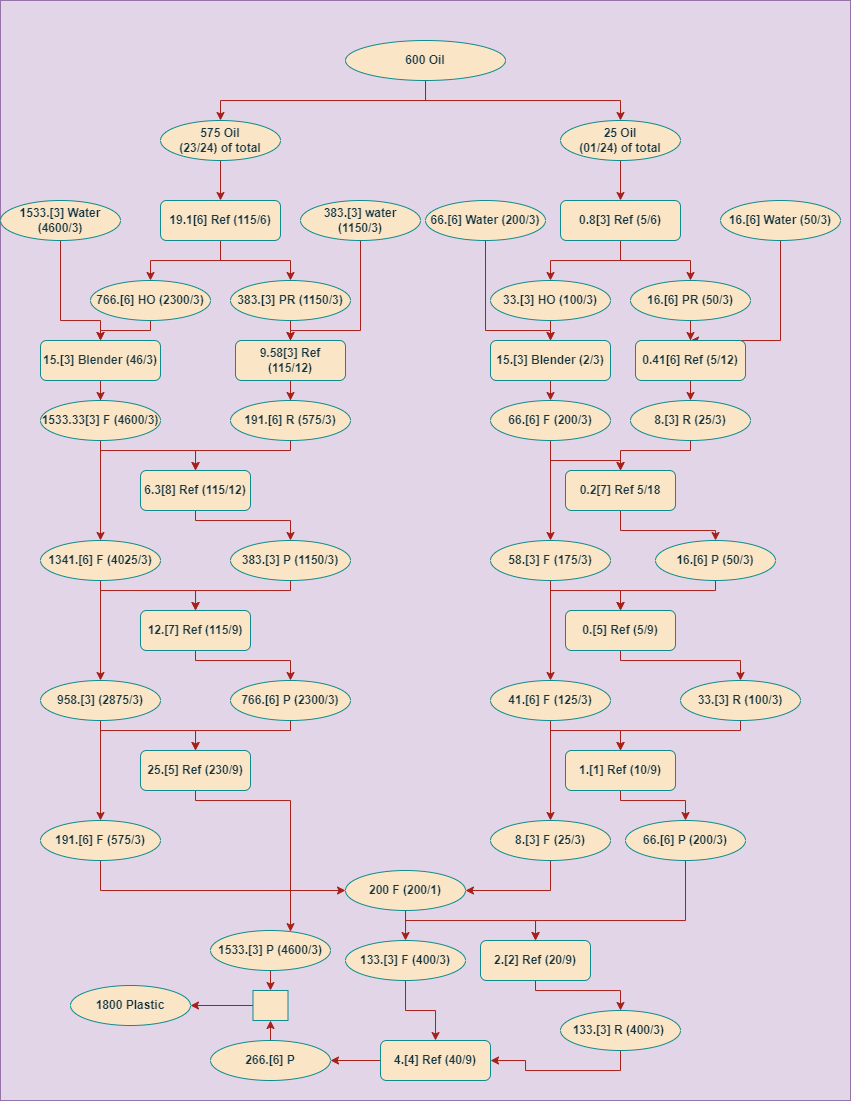
Above: 600OilTo1800Plastic.drawio.png in nlarsen31/Factories (draw.io), before the change. Source tidied: cells renumbered, new cells last; positions are measured from the earlier drawing's top-left corner, leaving out a move shared by most shapes.
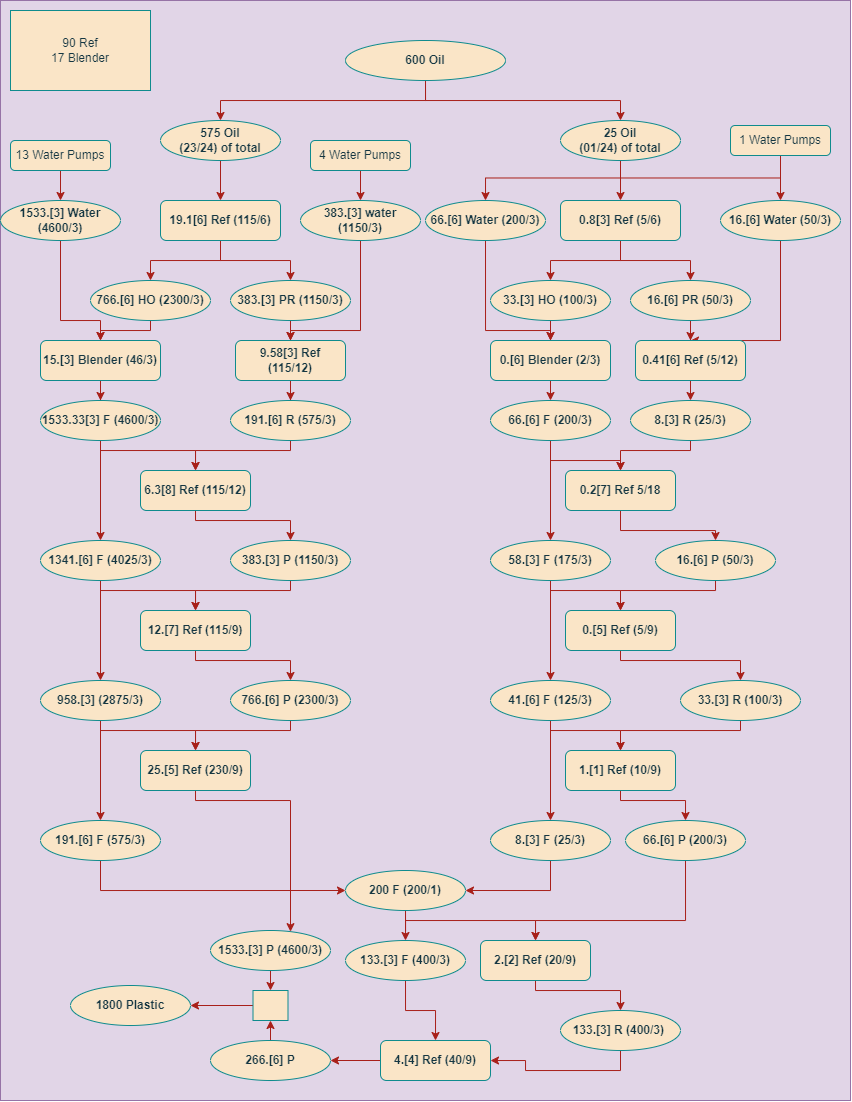
After the change.

What changed in the source:
```diff
@@ -110,7 +110,7 @@
     <mxCell id="32" style="edgeStyle=orthogonalEdgeStyle;rounded=0;jettySize=auto;html=1;exitX=0.5;exitY=1;exitDx=0;exitDy=0;entryX=0.5;entryY=0;entryDx=0;entryDy=0;strokeColor=#A8201A;fontColor=#143642;fillColor=#FAE5C7;fontStyle=1;" parent="1" edge="1" source="33" target="47">
       <mxGeometry relative="1" as="geometry" />
     </mxCell>
-    <mxCell id="33" value="15.[3] Blender (2/3)" style="rounded=1;whiteSpace=wrap;html=1;strokeColor=#0F8B8D;fontColor=#143642;fillColor=#FAE5C7;fontStyle=1;" parent="1" vertex="1">
+    <mxCell id="33" value="0.[6] Blender (2/3)" style="rounded=1;whiteSpace=wrap;html=1;strokeColor=#0F8B8D;fontColor=#143642;fillColor=#FAE5C7;fontStyle=1;" parent="1" vertex="1">
       <mxGeometry x="490" y="340" width="120" height="40" as="geometry" />
     </mxCell>
     <mxCell id="34" style="edgeStyle=orthogonalEdgeStyle;rounded=0;jettySize=auto;html=1;exitX=0.5;exitY=1;exitDx=0;exitDy=0;entryX=0.5;entryY=0;entryDx=0;entryDy=0;strokeColor=#A8201A;fontColor=#143642;fillColor=#FAE5C7;fontStyle=1;" parent="1" edge="1" source="35" target="33">
@@ -439,5 +439,29 @@
     <mxCell id="105" value="1800 Plastic" style="ellipse;whiteSpace=wrap;html=1;strokeColor=#0F8B8D;fontColor=#143642;fillColor=#FAE5C7;fontStyle=1;" parent="1" vertex="1">
       <mxGeometry x="70" y="985" width="120" height="40" as="geometry" />
     </mxCell>
+    <mxCell id="106" value="90 Ref&lt;br&gt;17 Blender" style="rounded=0;whiteSpace=wrap;html=1;strokeColor=#0F8B8D;fontColor=#143642;fillColor=#FAE5C7;" parent="1" vertex="1">
+      <mxGeometry x="10" y="10" width="140" height="80" as="geometry" />
+    </mxCell>
+    <mxCell id="107" style="edgeStyle=orthogonalEdgeStyle;rounded=0;jettySize=auto;html=1;exitX=0.5;exitY=1;exitDx=0;exitDy=0;strokeColor=#A8201A;fontColor=#143642;fillColor=#FAE5C7;" parent="1" edge="1" source="108" target="27">
+      <mxGeometry relative="1" as="geometry" />
+    </mxCell>
+    <mxCell id="108" value="13 Water Pumps" style="rounded=1;whiteSpace=wrap;html=1;strokeColor=#0F8B8D;fontColor=#143642;fillColor=#FAE5C7;" parent="1" vertex="1">
+      <mxGeometry x="10" y="140" width="100" height="30" as="geometry" />
+    </mxCell>
+    <mxCell id="109" style="edgeStyle=orthogonalEdgeStyle;rounded=0;jettySize=auto;html=1;exitX=0.5;exitY=1;exitDx=0;exitDy=0;strokeColor=#A8201A;fontColor=#143642;fillColor=#FAE5C7;" parent="1" edge="1" source="110" target="31">
+      <mxGeometry relative="1" as="geometry" />
+    </mxCell>
+    <mxCell id="110" value="4 Water Pumps" style="rounded=1;whiteSpace=wrap;html=1;strokeColor=#0F8B8D;fontColor=#143642;fillColor=#FAE5C7;" parent="1" vertex="1">
+      <mxGeometry x="310" y="140" width="100" height="30" as="geometry" />
+    </mxCell>
+    <mxCell id="111" style="edgeStyle=orthogonalEdgeStyle;rounded=0;jettySize=auto;html=1;exitX=0.5;exitY=1;exitDx=0;exitDy=0;strokeColor=#A8201A;fontColor=#143642;fillColor=#FAE5C7;" parent="1" edge="1" source="113" target="35">
+      <mxGeometry relative="1" as="geometry" />
+    </mxCell>
+    <mxCell id="112" style="edgeStyle=orthogonalEdgeStyle;rounded=0;jettySize=auto;html=1;exitX=0.5;exitY=1;exitDx=0;exitDy=0;strokeColor=#A8201A;fontColor=#143642;fillColor=#FAE5C7;" parent="1" edge="1" source="113" target="37">
+      <mxGeometry relative="1" as="geometry" />
+    </mxCell>
+    <mxCell id="113" value="1 Water Pumps" style="rounded=1;whiteSpace=wrap;html=1;strokeColor=#0F8B8D;fontColor=#143642;fillColor=#FAE5C7;" parent="1" vertex="1">
+      <mxGeometry x="730" y="125" width="100" height="30" as="geometry" />
+    </mxCell>
   </root>
 </mxGraphModel>
```
